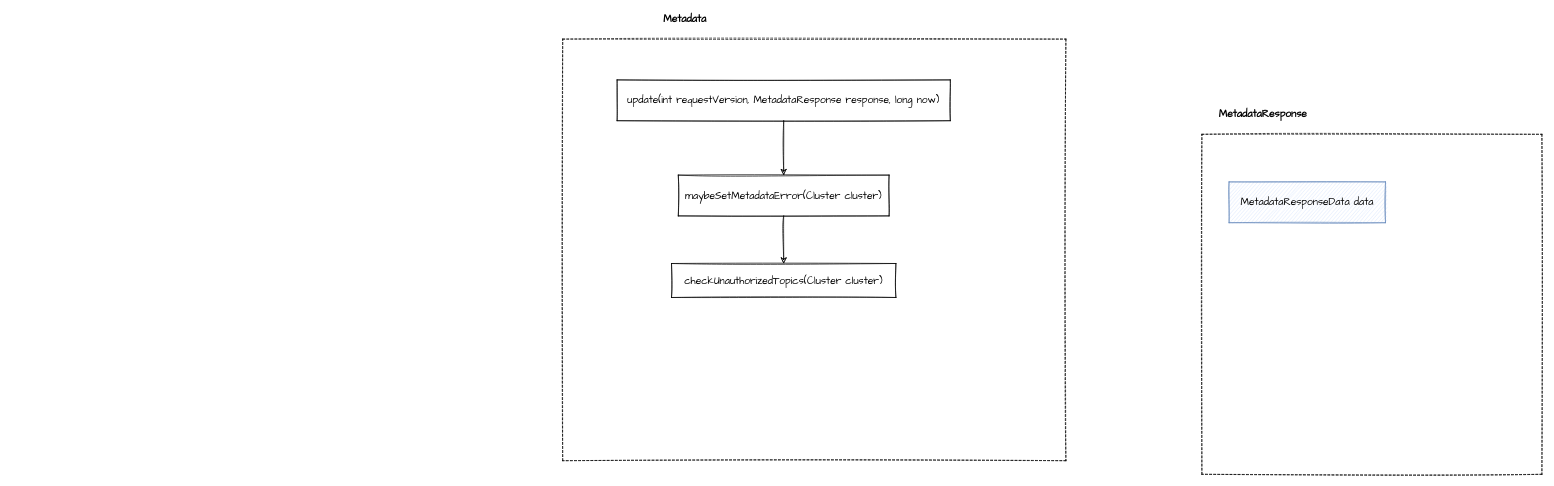
xinzhuxiansheng/blog-notes keeps this draw.io diagram as page "2.4.1 Acl" (7 of 7) of Drawio/Kafka.drawio. Above is the earlier version. Source tidied: cells renumbered, new cells numbered last; positions are measured from the earlier drawing's top-left corner, leaving out a move shared by most shapes. Both pictures are drawn from the tidied source at 68%, with x=0, y=0 at pixel (562, 12).
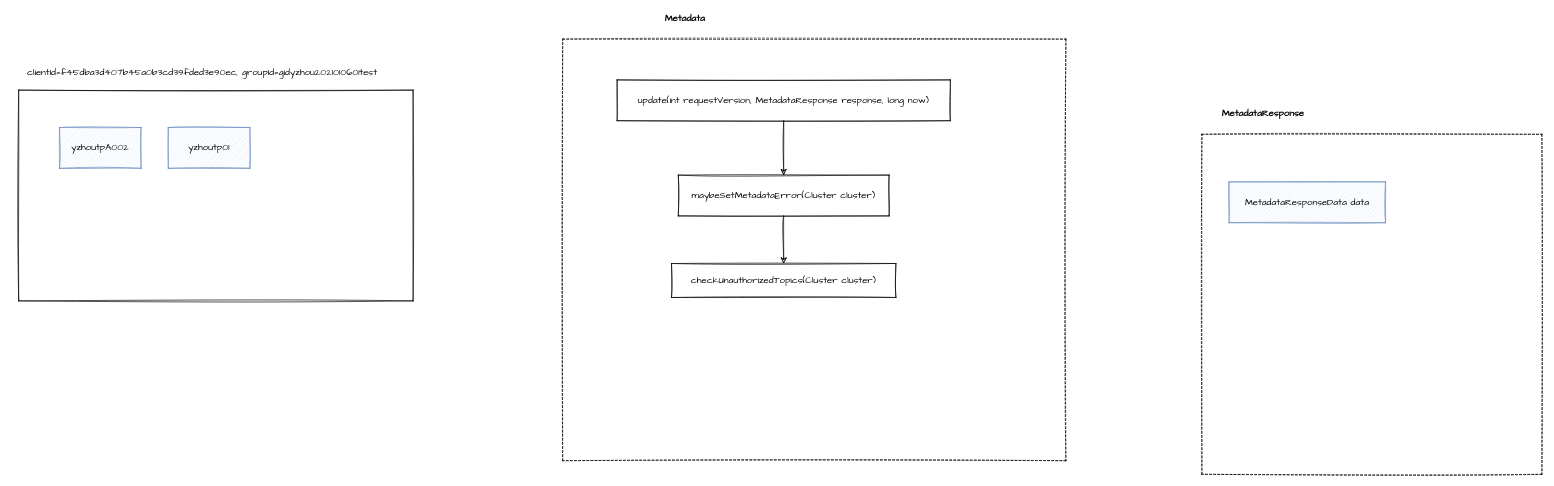
Above is the later version.

Change to the diagram source:
```diff
@@
 <mxGraphModel>
   <root>
     <mxCell id="0" />
     <mxCell id="1" parent="0" />
+    <mxCell id="12" style="rounded=0;whiteSpace=wrap;html=1;fillColor=none;fontFamily=Comic Sans MS;sketch=1;fontSize=14;" parent="1" vertex="1">
+      <mxGeometry x="-800" y="115" width="580" height="310" as="geometry" />
+    </mxCell>
-    <mxCell id="2" style="rounded=0;whiteSpace=wrap;html=1;sketch=1;fillColor=none;fontSize=15;fontFamily=Comic Sans MS;fontStyle=1;dashed=1;" parent="1" vertex="1">
+    <mxCell id="2" style="rounded=0;whiteSpace=wrap;html=1;sketch=1;fillColor=none;fontSize=14;fontFamily=Comic Sans MS;fontStyle=1;dashed=1;" parent="1" vertex="1">
       <mxGeometry y="40" width="740" height="620" as="geometry" />
     </mxCell>
-    <mxCell id="3" value="checkUnauthorizedTopics(Cluster cluster)" style="rounded=0;whiteSpace=wrap;html=1;fillColor=none;sketch=1;fontSize=15;fontFamily=Comic Sans MS;fontStyle=0;" parent="1" vertex="1">
+    <mxCell id="3" value="checkUnauthorizedTopics(Cluster cluster)" style="rounded=0;whiteSpace=wrap;html=1;fillColor=none;sketch=1;fontSize=14;fontFamily=Comic Sans MS;fontStyle=0;" parent="1" vertex="1">
       <mxGeometry x="160" y="370" width="330" height="50" as="geometry" />
     </mxCell>
-    <mxCell id="4" value="Metadata" style="text;html=1;strokeColor=none;fillColor=none;align=center;verticalAlign=middle;whiteSpace=wrap;rounded=0;sketch=1;fontSize=15;fontFamily=Comic Sans MS;fontStyle=1;" parent="1" vertex="1">
+    <mxCell id="4" value="Metadata" style="text;html=1;strokeColor=none;fillColor=none;align=center;verticalAlign=middle;whiteSpace=wrap;rounded=0;sketch=1;fontSize=14;fontFamily=Comic Sans MS;fontStyle=1;" parent="1" vertex="1">
       <mxGeometry x="140" width="80" height="20" as="geometry" />
     </mxCell>
-    <mxCell id="5" style="edgeStyle=orthogonalEdgeStyle;rounded=0;jettySize=auto;html=1;entryX=0.5;entryY=0;entryDx=0;entryDy=0;fontFamily=Comic Sans MS;fontSize=15;sketch=1;" parent="1" edge="1" source="6" target="3">
+    <mxCell id="5" style="edgeStyle=orthogonalEdgeStyle;rounded=0;jettySize=auto;html=1;entryX=0.5;entryY=0;entryDx=0;entryDy=0;fontFamily=Comic Sans MS;fontSize=14;sketch=1;" parent="1" edge="1" source="6" target="3">
       <mxGeometry relative="1" as="geometry" />
     </mxCell>
-    <mxCell id="6" value="maybeSetMetadataError(Cluster cluster)" style="rounded=0;whiteSpace=wrap;html=1;sketch=1;fillColor=none;fontFamily=Comic Sans MS;fontSize=15;" parent="1" vertex="1">
+    <mxCell id="6" value="maybeSetMetadataError(Cluster cluster)" style="rounded=0;whiteSpace=wrap;html=1;sketch=1;fillColor=none;fontFamily=Comic Sans MS;fontSize=14;" parent="1" vertex="1">
       <mxGeometry x="170" y="240" width="310" height="60" as="geometry" />
     </mxCell>
-    <mxCell id="7" style="edgeStyle=orthogonalEdgeStyle;rounded=0;sketch=1;jettySize=auto;html=1;entryX=0.5;entryY=0;entryDx=0;entryDy=0;fontFamily=Comic Sans MS;fontSize=15;" parent="1" edge="1" source="8" target="6">
+    <mxCell id="7" style="edgeStyle=orthogonalEdgeStyle;rounded=0;sketch=1;jettySize=auto;html=1;entryX=0.5;entryY=0;entryDx=0;entryDy=0;fontFamily=Comic Sans MS;fontSize=14;" parent="1" edge="1" source="8" target="6">
       <mxGeometry relative="1" as="geometry" />
     </mxCell>
-    <mxCell id="8" value="update(int requestVersion, MetadataResponse response, long now)" style="rounded=0;whiteSpace=wrap;html=1;sketch=1;fillColor=none;fontFamily=Comic Sans MS;fontSize=15;" parent="1" vertex="1">
+    <mxCell id="8" value="update(int requestVersion, MetadataResponse response, long now)" style="rounded=0;whiteSpace=wrap;html=1;sketch=1;fillColor=none;fontFamily=Comic Sans MS;fontSize=14;" parent="1" vertex="1">
       <mxGeometry x="80" y="100" width="490" height="60" as="geometry" />
     </mxCell>
-    <mxCell id="9" style="rounded=0;whiteSpace=wrap;html=1;dashed=1;sketch=1;fillColor=none;fontFamily=Comic Sans MS;fontSize=15;" parent="1" vertex="1">
+    <mxCell id="9" style="rounded=0;whiteSpace=wrap;html=1;dashed=1;sketch=1;fillColor=none;fontFamily=Comic Sans MS;fontSize=14;" parent="1" vertex="1">
       <mxGeometry x="940" y="180" width="500" height="500" as="geometry" />
     </mxCell>
-    <mxCell id="10" value="MetadataResponse" style="text;html=1;strokeColor=none;fillColor=none;align=center;verticalAlign=middle;whiteSpace=wrap;rounded=0;sketch=1;fontSize=15;fontFamily=Comic Sans MS;fontStyle=1;" parent="1" vertex="1">
+    <mxCell id="10" value="MetadataResponse" style="text;html=1;strokeColor=none;fillColor=none;align=center;verticalAlign=middle;whiteSpace=wrap;rounded=0;sketch=1;fontSize=14;fontFamily=Comic Sans MS;fontStyle=1;" parent="1" vertex="1">
       <mxGeometry x="920" y="140" width="220" height="20" as="geometry" />
     </mxCell>
-    <mxCell id="11" value="MetadataResponseData data" style="rounded=0;whiteSpace=wrap;html=1;sketch=1;fillColor=#dae8fc;fontFamily=Comic Sans MS;fontSize=15;strokeColor=#6c8ebf;" parent="1" vertex="1">
+    <mxCell id="11" value="MetadataResponseData data" style="rounded=0;whiteSpace=wrap;html=1;sketch=1;fillColor=#dae8fc;fontFamily=Comic Sans MS;fontSize=14;strokeColor=#6c8ebf;" parent="1" vertex="1">
       <mxGeometry x="980" y="250" width="230" height="60" as="geometry" />
     </mxCell>
+    <mxCell id="13" value="yzhoutpA002" style="rounded=0;whiteSpace=wrap;html=1;fillColor=#dae8fc;strokeColor=#6c8ebf;fontFamily=Comic Sans MS;sketch=1;fontSize=14;" parent="1" vertex="1">
+      <mxGeometry x="-740" y="170" width="120" height="60" as="geometry" />
+    </mxCell>
+    <mxCell id="14" value="yzhoutp01" style="rounded=0;whiteSpace=wrap;html=1;fillColor=#dae8fc;strokeColor=#6c8ebf;fontFamily=Comic Sans MS;sketch=1;fontSize=14;" parent="1" vertex="1">
+      <mxGeometry x="-580" y="170" width="120" height="60" as="geometry" />
+    </mxCell>
+    <mxCell id="15" value="clientId=f45dba3d407b45a0b3cd39fded3e90ec, groupId=gidyzhou2021010601test" style="text;html=1;strokeColor=none;fillColor=none;align=center;verticalAlign=middle;whiteSpace=wrap;rounded=0;fontFamily=Comic Sans MS;fontSize=14;" parent="1" vertex="1">
+      <mxGeometry x="-810" y="80" width="560" height="20" as="geometry" />
+    </mxCell>
   </root>
 </mxGraphModel>
```
